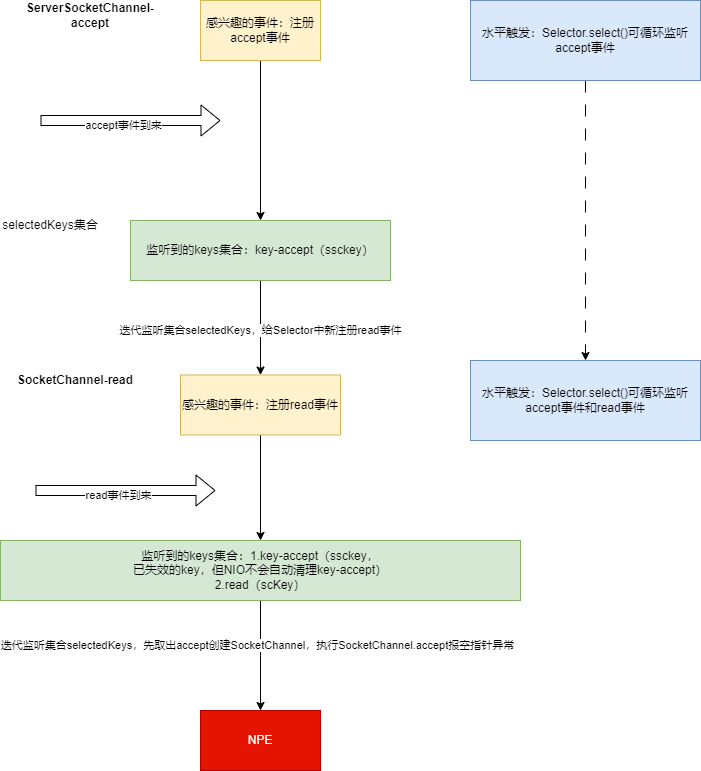
Before: NIO处理accept事件.drawio.png, a diagram exported from draw.io (lyflexi/draw.io-online). Source tidied: cells renumbered, new cells last; positions are measured from the earlier drawing's top-left corner, leaving out a move shared by most shapes.
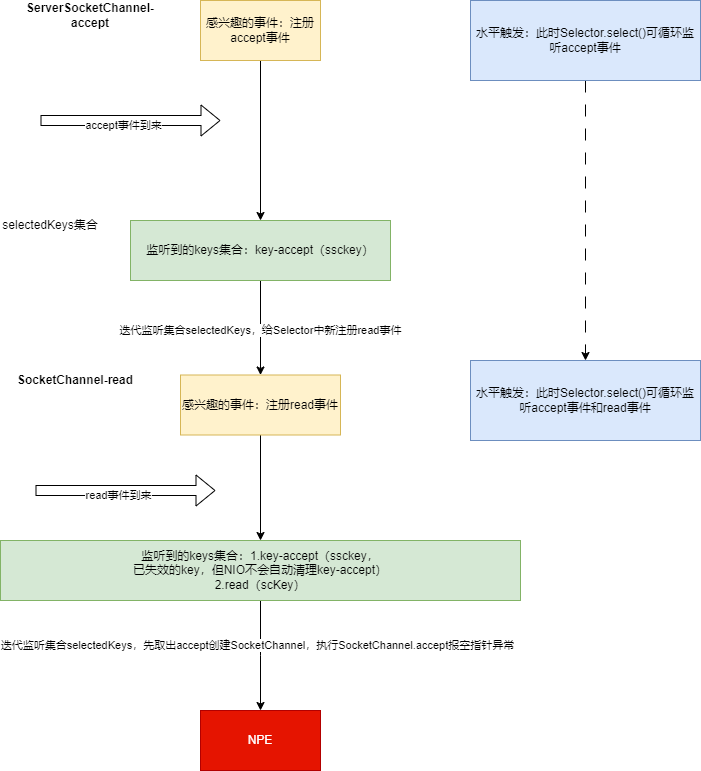
Above is the later version.

Commit message:
更新NIO处理accept事件.drawio.png

Change to the diagram source:
```diff
@@ -67,10 +67,10 @@
     <mxCell id="20" style="edgeStyle=orthogonalEdgeStyle;rounded=0;jettySize=auto;html=1;dashed=1;dashPattern=12 12;" parent="1" edge="1" source="21" target="22">
       <mxGeometry relative="1" as="geometry" />
     </mxCell>
-    <mxCell id="21" value="水平触发：Selector.select()可循环监听accept事件" style="rounded=0;whiteSpace=wrap;html=1;fillColor=#dae8fc;strokeColor=#6c8ebf;" parent="1" vertex="1">
+    <mxCell id="21" value="水平触发：此时Selector.select()可循环监听accept事件" style="rounded=0;whiteSpace=wrap;html=1;fillColor=#dae8fc;strokeColor=#6c8ebf;" parent="1" vertex="1">
       <mxGeometry x="470" width="230" height="80" as="geometry" />
     </mxCell>
-    <mxCell id="22" value="水平触发：Selector.select()可循环监听accept事件和read事件" style="rounded=0;whiteSpace=wrap;html=1;fillColor=#dae8fc;strokeColor=#6c8ebf;" parent="1" vertex="1">
+    <mxCell id="22" value="水平触发：此时Selector.select()可循环监听accept事件和read事件" style="rounded=0;whiteSpace=wrap;html=1;fillColor=#dae8fc;strokeColor=#6c8ebf;" parent="1" vertex="1">
       <mxGeometry x="470" y="360" width="230" height="80" as="geometry" />
     </mxCell>
   </root>
```
